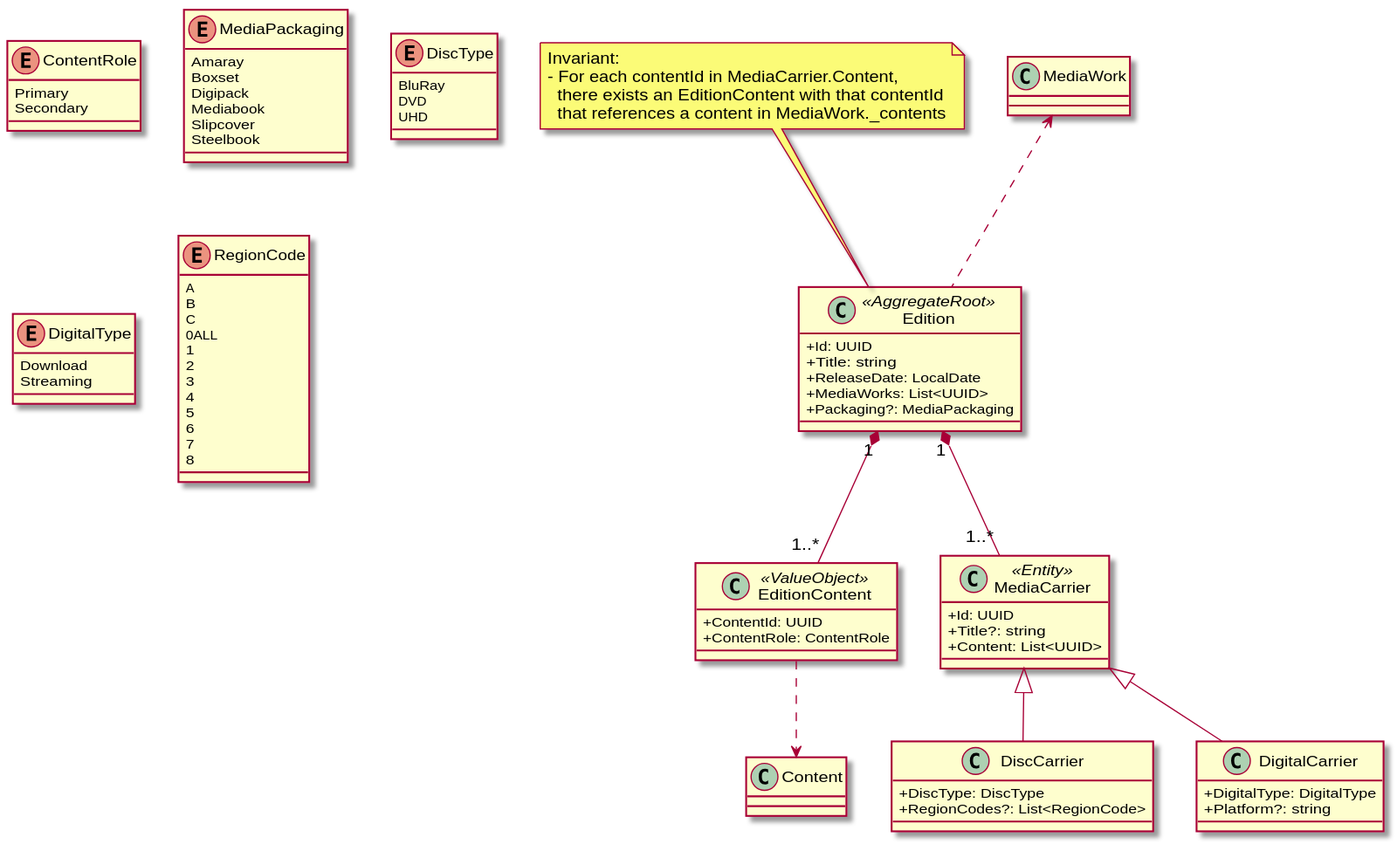
This is docs/diagrams/domain/edition.domain.svg from yantue/colleq, a PlantUML export, as it was before one commit.
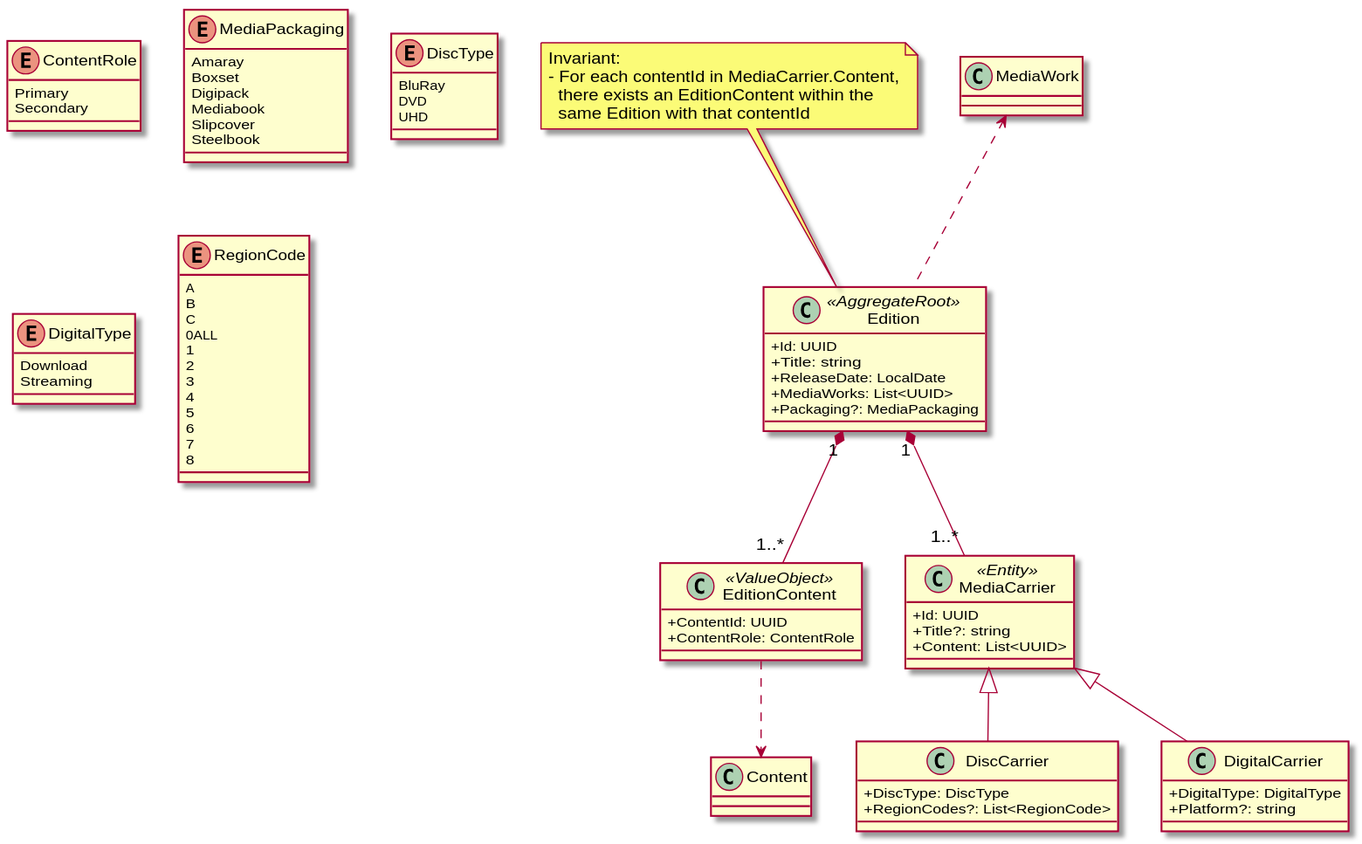
After the change.

Change to the diagram source:
```diff
@@ -12,8 +12,8 @@
 note top of Edition
 Invariant:
 - For each contentId in MediaCarrier.Content,
-  there exists an EditionContent with that contentId
-  that references a content in MediaWork._contents
+  there exists an EditionContent within the
+  same Edition with that contentId
 end note
 
 class EditionContent <<ValueObject>> {
```
